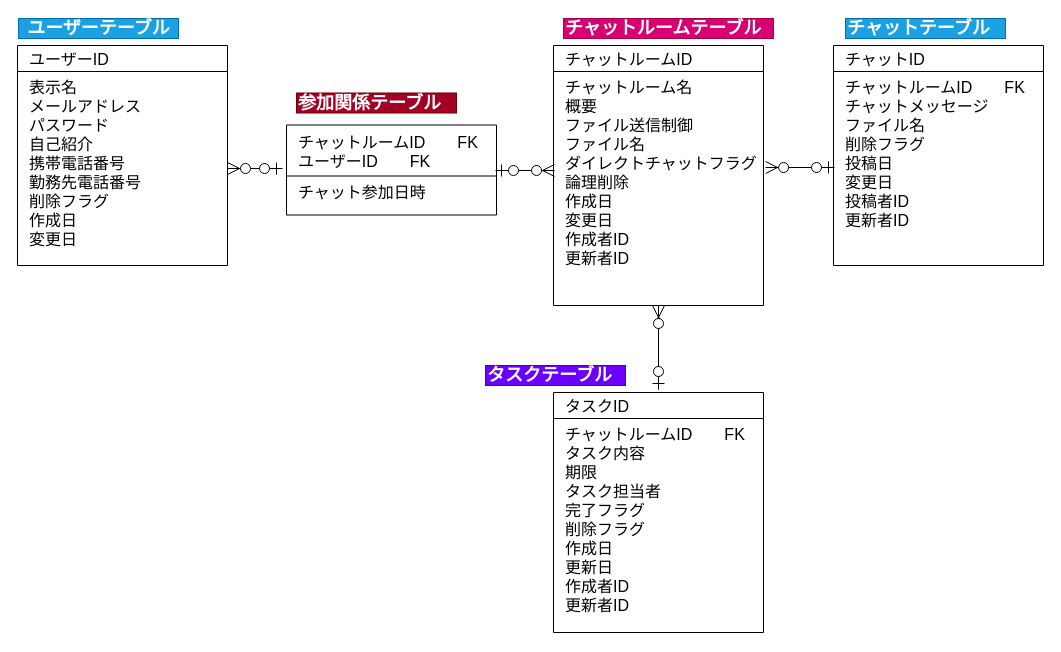
Before: db/db-challenge1/er.dio in takazumik/quelcode-db, a draw.io diagram. Source tidied: cells renumbered, new cells numbered last; positions are measured from the earlier drawing's top-left corner, leaving out a move shared by most shapes. Both pictures are drawn from the tidied source at 100%, with x=0, y=0 at pixel (17, 18).
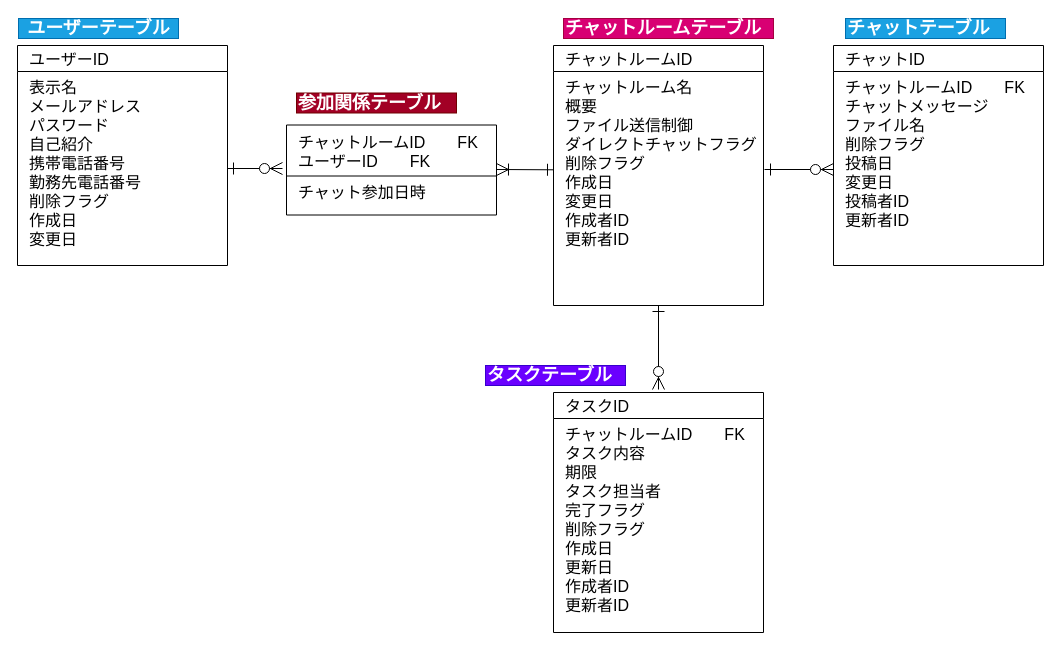
Above is the later version.

Commit message:
カーディナリティ、不要項目削除、命名修正しました

The change refers to these unchanged cells:
```xml
<mxCell id="3" value="表示名&#10;メールアドレス&#10;パスワード&#10;自己紹介&#10;携帯電話番号&#10;勤務先電話番号&#10;削除フラグ&#10;作成日&#10;変更日&#10;" style="text;align=left;verticalAlign=top;spacingLeft=10;spacingRight=4;overflow=hidden;points=[[0,0.5],[1,0.5]];portConstraint=eastwest;fontSize=16;" parent="2" vertex="1">
  <mxGeometry y="26" width="210" height="194" as="geometry" />
</mxCell>
<mxCell id="12" value="チャットルームID" style="swimlane;fontStyle=0;horizontal=1;startSize=26;fillColor=none;align=left;perimeterSpacing=3;spacingLeft=10;fontSize=16;" parent="1" vertex="1">
  <mxGeometry x="536" y="27" width="210" height="260" as="geometry" />
</mxCell>
<mxCell id="16" value="タスクID" style="swimlane;fontStyle=0;horizontal=1;startSize=26;fillColor=none;align=left;perimeterSpacing=3;spacingLeft=10;fontSize=16;" parent="1" vertex="1">
  <mxGeometry x="536" y="374" width="210" height="240" as="geometry" />
</mxCell>
```

The edit, as a diff of the source:
```diff
@@
-    <mxCell id="9" style="rounded=0;jettySize=auto;html=1;startArrow=ERzeroToMany;startFill=1;endArrow=ERzeroToOne;endFill=1;endSize=10;startSize=10;" parent="1" edge="1" source="3">
+    <mxCell id="9" style="rounded=0;jettySize=auto;html=1;startArrow=ERone;startFill=0;endArrow=ERzeroToMany;endFill=1;endSize=10;startSize=10;" parent="1" edge="1" source="3">
       <mxGeometry relative="1" as="geometry">
         <mxPoint x="265" y="150" as="targetPoint" />
       </mxGeometry>
     </mxCell>
@@
-    <mxCell id="13" value="チャットルーム名&#10;概要&#10;ファイル送信制御&#10;ファイル名&#10;ダイレクトチャットフラグ&#10;論理削除&#10;作成日&#10;変更日&#10;作成者ID&#10;更新者ID&#10;" style="text;strokeColor=none;fillColor=none;align=left;verticalAlign=top;spacingLeft=10;spacingRight=4;overflow=hidden;points=[[0,0.5],[1,0.5]];portConstraint=eastwest;fontSize=16;" parent="12" vertex="1">
+    <mxCell id="13" value="チャットルーム名&#10;概要&#10;ファイル送信制御&#10;ダイレクトチャットフラグ&#10;削除フラグ&#10;作成日&#10;変更日&#10;作成者ID&#10;更新者ID&#10;" style="text;strokeColor=none;fillColor=none;align=left;verticalAlign=top;spacingLeft=10;spacingRight=4;overflow=hidden;points=[[0,0.5],[1,0.5]];portConstraint=eastwest;fontSize=16;" parent="12" vertex="1">
       <mxGeometry y="26" width="210" height="234" as="geometry" />
     </mxCell>
-    <mxCell id="14" style="rounded=0;jettySize=auto;html=1;startArrow=ERzeroToOne;startFill=1;endArrow=ERzeroToMany;endFill=1;entryX=0.005;entryY=0.423;entryDx=0;entryDy=0;entryPerimeter=0;endSize=10;startSize=10;" parent="1" edge="1" target="13">
-      <mxGeometry relative="1" as="geometry">
-        <mxPoint x="478" y="152" as="sourcePoint" />
-      </mxGeometry>
-    </mxCell>
-    <mxCell id="15" style="edgeStyle=orthogonalEdgeStyle;rounded=0;jettySize=auto;html=1;" parent="1" edge="1" source="16">
-      <mxGeometry relative="1" as="geometry">
-        <mxPoint x="641" y="297" as="targetPoint" />
-      </mxGeometry>
-    </mxCell>
@@
-    <mxCell id="20" style="edgeStyle=none;rounded=0;jettySize=auto;html=1;entryX=0.5;entryY=0;entryDx=0;entryDy=0;startArrow=ERzeroToMany;startFill=1;startSize=10;endArrow=ERzeroToOne;endFill=1;endSize=10;" parent="1" edge="1" source="13" target="16">
+    <mxCell id="20" style="edgeStyle=none;rounded=0;jettySize=auto;html=1;entryX=0.5;entryY=0;entryDx=0;entryDy=0;startArrow=ERone;startFill=0;startSize=10;endArrow=ERzeroToMany;endFill=1;endSize=10;" parent="1" edge="1" source="13" target="16">
       <mxGeometry relative="1" as="geometry" />
     </mxCell>
-    <mxCell id="21" style="edgeStyle=none;rounded=0;orthogonalLoop=1;jettySize=auto;html=1;entryX=1.01;entryY=0.466;entryDx=0;entryDy=0;entryPerimeter=0;startArrow=ERzeroToOne;startFill=1;startSize=10;endArrow=ERzeroToMany;endFill=1;endSize=10;exitX=0.005;exitY=0.562;exitDx=0;exitDy=0;exitPerimeter=0;" parent="1" edge="1">
+    <mxCell id="21" style="edgeStyle=none;rounded=0;orthogonalLoop=1;jettySize=auto;html=1;entryX=1.01;entryY=0.466;entryDx=0;entryDy=0;entryPerimeter=0;startArrow=ERzeroToMany;startFill=1;startSize=10;endArrow=ERone;endFill=0;endSize=10;exitX=0.005;exitY=0.562;exitDx=0;exitDy=0;exitPerimeter=0;" parent="1" edge="1">
       <mxGeometry relative="1" as="geometry">
-        <mxPoint x="817" y="149" as="sourcePoint" />
-        <mxPoint x="748.1" y="149" as="targetPoint" />
+        <mxPoint x="816" y="151" as="sourcePoint" />
+        <mxPoint x="747" y="151" as="targetPoint" />
       </mxGeometry>
     </mxCell>
+    <mxCell id="22" style="rounded=0;orthogonalLoop=1;jettySize=auto;html=1;entryX=1;entryY=0.295;entryDx=0;entryDy=0;entryPerimeter=0;startArrow=ERone;startFill=0;endArrow=ERoneToMany;endFill=0;endSize=10;startSize=10;" parent="1" edge="1">
+      <mxGeometry relative="1" as="geometry">
+        <mxPoint x="536" y="151.3" as="sourcePoint" />
+        <mxPoint x="479" y="151" as="targetPoint" />
+      </mxGeometry>
+    </mxCell>
```
